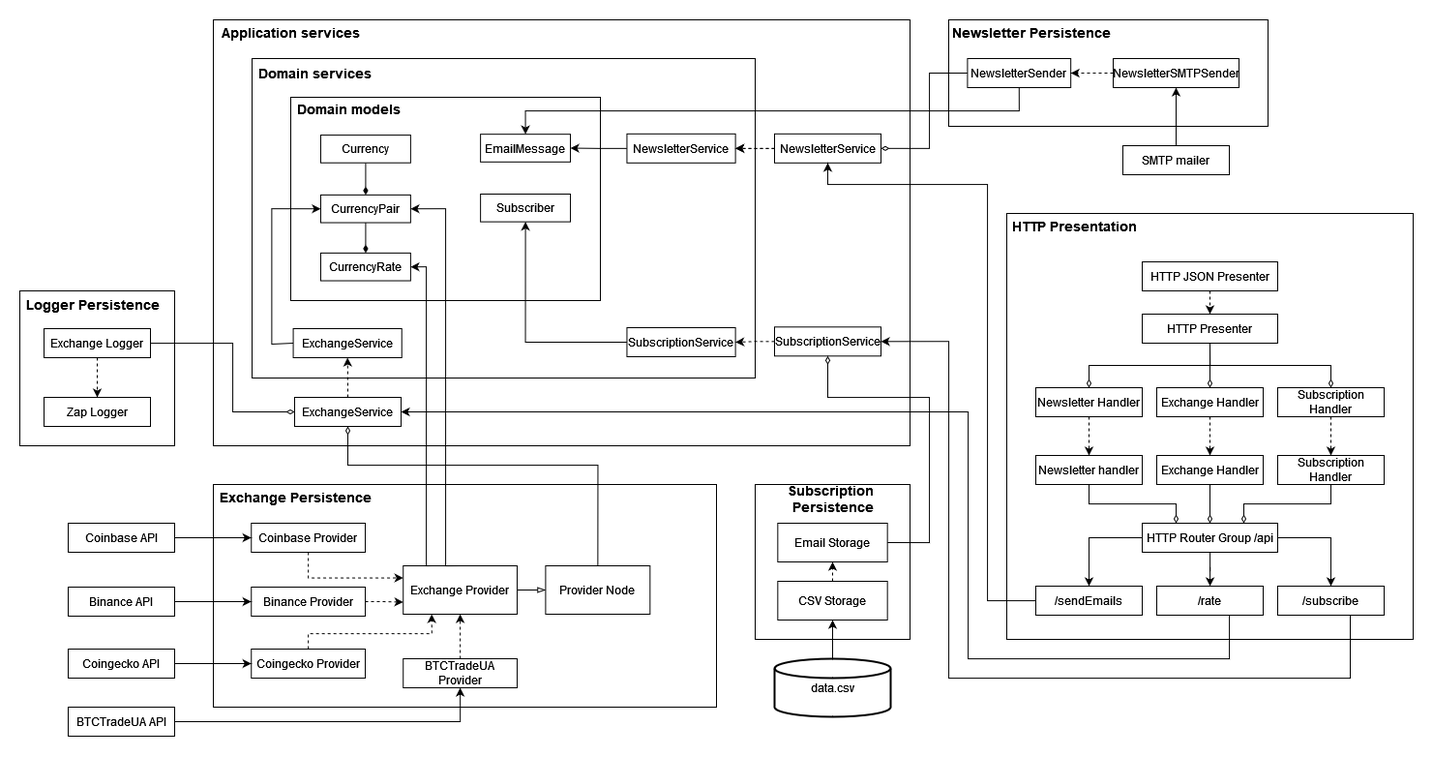
Above: docs/architecture-diagram.png in GenesisEducationKyiv/main-project-timofeyka25 (draw.io), before the change. Source tidied: cells renumbered, new cells last; positions are measured from the earlier drawing's top-left corner, leaving out a move shared by most shapes.
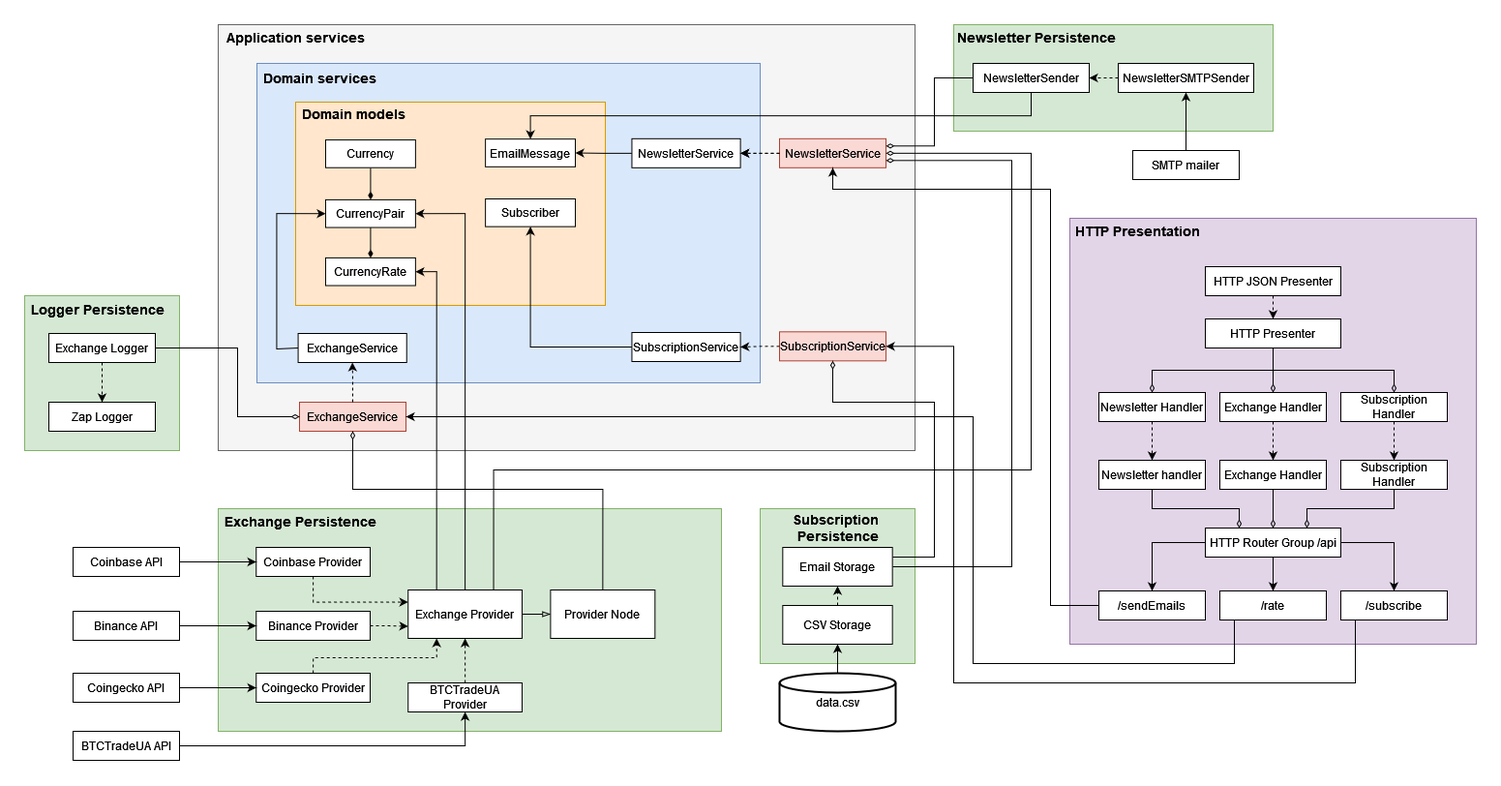
The same diagram one commit later.

Commit message:
feat: update architecture diagram

Change to the diagram source:
```diff
@@ -2,14 +2,14 @@
   <root>
     <mxCell id="0" />
     <mxCell id="1" parent="0" />
-    <mxCell id="2" style="group;" parent="1" vertex="1">
-      <mxGeometry x="760" y="480" width="160" height="160" as="geometry" />
+    <mxCell id="2" style="group;fillColor=#d5e8d4;strokeColor=#82b366;" parent="1" vertex="1">
+      <mxGeometry x="700" y="500" width="160" height="160" as="geometry" />
     </mxCell>
-    <mxCell id="3" style="html=1;whiteSpace=wrap;" parent="2" vertex="1">
+    <mxCell id="3" style="html=1;whiteSpace=wrap;fillColor=#d5e8d4;strokeColor=#82b366;" parent="2" vertex="1">
       <mxGeometry width="160" height="160" as="geometry" />
     </mxCell>
     <mxCell id="4" value="&lt;div&gt;&lt;font style=&quot;font-size: 14px;&quot;&gt;Subscription&amp;nbsp;&lt;/font&gt;&lt;/div&gt;&lt;div&gt;&lt;font style=&quot;font-size: 14px;&quot;&gt;Persistence&lt;/font&gt;&lt;/div&gt;" style="text;align=center;fontStyle=1;verticalAlign=middle;spacingLeft=3;spacingRight=3;strokeColor=none;html=1;" parent="2" vertex="1">
-      <mxGeometry width="160" height="30" as="geometry" />
+      <mxGeometry width="160" height="40" as="geometry" />
     </mxCell>
     <mxCell id="5" value="Email Storage" style="html=1;whiteSpace=wrap;" parent="2" vertex="1">
       <mxGeometry x="23.3" y="40" width="113.3" height="40" as="geometry" />
@@ -20,37 +20,37 @@
     <mxCell id="7" value="CSV Storage" style="html=1;whiteSpace=wrap;" parent="2" vertex="1">
       <mxGeometry x="23.3" y="100" width="113.3" height="40" as="geometry" />
     </mxCell>
-    <mxCell id="8" style="group;" parent="1" vertex="1">
-      <mxGeometry x="200" width="720" height="440" as="geometry" />
+    <mxCell id="8" style="group;fillColor=#fad9d5;strokeColor=#ae4132;" parent="1" vertex="1">
+      <mxGeometry x="140" width="720" height="440" as="geometry" />
     </mxCell>
-    <mxCell id="9" style="html=1;whiteSpace=wrap;" parent="8" vertex="1">
+    <mxCell id="9" style="html=1;whiteSpace=wrap;fillColor=#f5f5f5;fontColor=#333333;strokeColor=#666666;" parent="8" vertex="1">
       <mxGeometry width="720" height="440" as="geometry" />
     </mxCell>
     <mxCell id="10" value="&lt;font style=&quot;font-size: 14px;&quot;&gt;Application services&lt;/font&gt;" style="text;align=center;fontStyle=1;verticalAlign=middle;spacingLeft=3;spacingRight=3;strokeColor=none;html=1;" parent="8" vertex="1">
       <mxGeometry width="160" height="26.6" as="geometry" />
     </mxCell>
-    <mxCell id="11" value="NewsletterService" style="html=1;whiteSpace=wrap;" parent="8" vertex="1">
+    <mxCell id="11" value="NewsletterService" style="html=1;whiteSpace=wrap;fillColor=#fad9d5;strokeColor=#ae4132;" parent="8" vertex="1">
       <mxGeometry x="580" y="117.8" width="110" height="30" as="geometry" />
     </mxCell>
-    <mxCell id="12" value="SubscriptionService" style="html=1;whiteSpace=wrap;" parent="8" vertex="1">
+    <mxCell id="12" value="SubscriptionService" style="html=1;whiteSpace=wrap;fillColor=#fad9d5;strokeColor=#ae4132;" parent="8" vertex="1">
       <mxGeometry x="580" y="317.3" width="110" height="30" as="geometry" />
     </mxCell>
-    <mxCell id="13" value="ExchangeService" style="html=1;whiteSpace=wrap;" parent="8" vertex="1">
+    <mxCell id="13" value="ExchangeService" style="html=1;whiteSpace=wrap;fillColor=#fad9d5;strokeColor=#ae4132;" parent="8" vertex="1">
       <mxGeometry x="84" y="390" width="110" height="30" as="geometry" />
     </mxCell>
-    <mxCell id="14" style="group;" parent="1" vertex="1">
-      <mxGeometry x="240" y="40" width="520" height="330" as="geometry" />
+    <mxCell id="14" style="group;fillColor=#dae8fc;strokeColor=#6c8ebf;" parent="1" vertex="1">
+      <mxGeometry x="180" y="40" width="520" height="330" as="geometry" />
     </mxCell>
-    <mxCell id="15" style="html=1;whiteSpace=wrap;" parent="14" vertex="1">
+    <mxCell id="15" style="html=1;whiteSpace=wrap;fillColor=#dae8fc;strokeColor=#6c8ebf;" parent="14" vertex="1">
       <mxGeometry width="520" height="330" as="geometry" />
     </mxCell>
     <mxCell id="16" value="&lt;font style=&quot;font-size: 14px;&quot;&gt;Domain services&lt;/font&gt;" style="text;align=center;fontStyle=1;verticalAlign=middle;spacingLeft=3;spacingRight=3;strokeColor=none;html=1;" parent="14" vertex="1">
       <mxGeometry width="130" height="29.6" as="geometry" />
     </mxCell>
-    <mxCell id="17" style="group;" parent="14" vertex="1">
+    <mxCell id="17" style="group;fillColor=#fff2cc;strokeColor=#d6b656;" parent="14" vertex="1">
       <mxGeometry x="40" y="40" width="320" height="210" as="geometry" />
     </mxCell>
-    <mxCell id="18" style="html=1;whiteSpace=wrap;" parent="17" vertex="1">
+    <mxCell id="18" style="html=1;whiteSpace=wrap;fillColor=#ffe6cc;strokeColor=#d79b00;" parent="17" vertex="1">
       <mxGeometry width="320" height="210" as="geometry" />
     </mxCell>
     <mxCell id="19" value="&lt;font style=&quot;font-size: 14px;&quot;&gt;Domain models&lt;/font&gt;" style="text;align=center;fontStyle=1;verticalAlign=middle;spacingLeft=3;spacingRight=3;strokeColor=none;html=1;" parent="17" vertex="1">
@@ -113,9 +113,9 @@
       <mxGeometry relative="1" as="geometry" />
     </mxCell>
     <mxCell id="37" style="group;" parent="1" vertex="1">
-      <mxGeometry x="200" y="480" width="520" height="240" as="geometry" />
+      <mxGeometry x="140" y="500" width="520" height="240" as="geometry" />
     </mxCell>
-    <mxCell id="38" style="html=1;whiteSpace=wrap;" parent="37" vertex="1">
+    <mxCell id="38" style="html=1;whiteSpace=wrap;fillColor=#d5e8d4;strokeColor=#82b366;" parent="37" vertex="1">
       <mxGeometry width="520" height="230" as="geometry" />
     </mxCell>
     <mxCell id="39" value="&lt;font style=&quot;font-size: 14px;&quot;&gt;Exchange Persistence&lt;/font&gt;" style="text;align=center;fontStyle=1;verticalAlign=middle;spacingLeft=3;spacingRight=3;strokeColor=none;html=1;" parent="37" vertex="1">
@@ -166,24 +166,22 @@
     <mxCell id="51" style="edgeStyle=orthogonalEdgeStyle;rounded=0;jettySize=auto;html=1;exitX=0.25;exitY=0;exitDx=0;exitDy=0;entryX=1;entryY=0.5;entryDx=0;entryDy=0;" parent="1" edge="1" source="49" target="23">
       <mxGeometry relative="1" as="geometry">
         <Array as="points">
-          <mxPoint x="420" y="564" />
-          <mxPoint x="420" y="255" />
+          <mxPoint x="366" y="255" />
         </Array>
       </mxGeometry>
     </mxCell>
     <mxCell id="52" style="edgeStyle=orthogonalEdgeStyle;rounded=0;jettySize=auto;html=1;exitX=0.5;exitY=0;exitDx=0;exitDy=0;entryX=1;entryY=0.5;entryDx=0;entryDy=0;" parent="1" edge="1" source="49" target="20">
       <mxGeometry relative="1" as="geometry">
         <Array as="points">
-          <mxPoint x="440" y="564" />
-          <mxPoint x="440" y="195" />
+          <mxPoint x="395" y="195" />
         </Array>
       </mxGeometry>
     </mxCell>
     <mxCell id="53" style="edgeStyle=orthogonalEdgeStyle;rounded=0;jettySize=auto;html=1;exitX=0.5;exitY=0;exitDx=0;exitDy=0;entryX=0.5;entryY=1;entryDx=0;entryDy=0;endArrow=diamondThin;endFill=0;" parent="1" edge="1" source="50" target="13">
       <mxGeometry relative="1" as="geometry">
         <Array as="points">
-          <mxPoint x="595" y="460" />
-          <mxPoint x="344" y="460" />
+          <mxPoint x="537" y="480" />
+          <mxPoint x="279" y="480" />
         </Array>
       </mxGeometry>
     </mxCell>
@@ -191,30 +189,30 @@
       <mxGeometry relative="1" as="geometry" />
     </mxCell>
     <mxCell id="55" value="Coinbase API" style="html=1;whiteSpace=wrap;" parent="1" vertex="1">
-      <mxGeometry x="50" y="520" width="110" height="30" as="geometry" />
+      <mxGeometry x="-10" y="540" width="110" height="30" as="geometry" />
     </mxCell>
     <mxCell id="56" style="edgeStyle=orthogonalEdgeStyle;rounded=0;jettySize=auto;html=1;exitX=1;exitY=0.5;exitDx=0;exitDy=0;" parent="1" edge="1" source="57" target="43">
       <mxGeometry relative="1" as="geometry" />
     </mxCell>
     <mxCell id="57" value="Binance API" style="html=1;whiteSpace=wrap;" parent="1" vertex="1">
-      <mxGeometry x="50" y="586" width="110" height="30" as="geometry" />
+      <mxGeometry x="-10" y="606" width="110" height="30" as="geometry" />
     </mxCell>
     <mxCell id="58" style="edgeStyle=orthogonalEdgeStyle;rounded=0;jettySize=auto;html=1;" parent="1" edge="1" source="59" target="45">
       <mxGeometry relative="1" as="geometry" />
     </mxCell>
     <mxCell id="59" value="Coingecko API" style="html=1;whiteSpace=wrap;" parent="1" vertex="1">
-      <mxGeometry x="50" y="650" width="110" height="30" as="geometry" />
+      <mxGeometry x="-10" y="670" width="110" height="30" as="geometry" />
     </mxCell>
     <mxCell id="60" style="edgeStyle=orthogonalEdgeStyle;rounded=0;jettySize=auto;html=1;entryX=0.5;entryY=1;entryDx=0;entryDy=0;" parent="1" edge="1" source="61" target="47">
       <mxGeometry relative="1" as="geometry" />
     </mxCell>
     <mxCell id="61" value="BTCTradeUA API" style="html=1;whiteSpace=wrap;" parent="1" vertex="1">
-      <mxGeometry x="50" y="710" width="110" height="30" as="geometry" />
+      <mxGeometry x="-10" y="730" width="110" height="30" as="geometry" />
     </mxCell>
-    <mxCell id="62" style="group;" parent="1" vertex="1">
-      <mxGeometry y="280" width="160" height="160" as="geometry" />
+    <mxCell id="62" style="group;fillColor=#f5f5f5;fontColor=#333333;strokeColor=#666666;" parent="1" vertex="1">
+      <mxGeometry x="-60" y="280" width="160" height="160" as="geometry" />
     </mxCell>
-    <mxCell id="63" style="html=1;whiteSpace=wrap;" parent="62" vertex="1">
+    <mxCell id="63" style="html=1;whiteSpace=wrap;fillColor=#d5e8d4;strokeColor=#82b366;" parent="62" vertex="1">
       <mxGeometry width="160" height="160" as="geometry" />
     </mxCell>
     <mxCell id="64" value="&lt;font style=&quot;font-size: 14px;&quot;&gt;Logger Persistence&lt;/font&gt;" style="text;align=center;fontStyle=1;verticalAlign=middle;spacingLeft=3;spacingRight=3;strokeColor=none;html=1;" parent="62" vertex="1">
@@ -232,8 +230,8 @@
     <mxCell id="68" style="edgeStyle=orthogonalEdgeStyle;rounded=0;jettySize=auto;html=1;entryX=0;entryY=0.5;entryDx=0;entryDy=0;endArrow=diamondThin;endFill=0;" parent="1" edge="1" source="65" target="13">
       <mxGeometry relative="1" as="geometry">
         <Array as="points">
-          <mxPoint x="220" y="334" />
-          <mxPoint x="220" y="405" />
+          <mxPoint x="160" y="334" />
+          <mxPoint x="160" y="405" />
         </Array>
       </mxGeometry>
     </mxCell>
@@ -241,31 +239,31 @@
       <mxGeometry relative="1" as="geometry" />
     </mxCell>
     <mxCell id="70" value="data.csv" style="strokeWidth=2;html=1;shape=mxgraph.flowchart.database;whiteSpace=wrap;" parent="1" vertex="1">
-      <mxGeometry x="780" y="660" width="120" height="60" as="geometry" />
+      <mxGeometry x="720" y="670" width="120" height="60" as="geometry" />
     </mxCell>
-    <mxCell id="71" style="group;" parent="1" vertex="1">
-      <mxGeometry x="960" width="330" height="110" as="geometry" />
+    <mxCell id="71" style="group;fillColor=#dae8fc;strokeColor=#6c8ebf;" parent="1" vertex="1">
+      <mxGeometry x="900" width="330" height="110" as="geometry" />
     </mxCell>
-    <mxCell id="72" style="html=1;whiteSpace=wrap;" parent="71" vertex="1">
+    <mxCell id="72" style="html=1;whiteSpace=wrap;fillColor=#d5e8d4;strokeColor=#82b366;" parent="71" vertex="1">
       <mxGeometry width="330" height="110" as="geometry" />
     </mxCell>
     <mxCell id="73" value="&lt;font style=&quot;font-size: 14px;&quot;&gt;Newsletter Persistence&lt;/font&gt;" style="text;align=center;fontStyle=1;verticalAlign=middle;spacingLeft=3;spacingRight=3;strokeColor=none;html=1;" parent="71" vertex="1">
       <mxGeometry width="170" height="26" as="geometry" />
     </mxCell>
     <mxCell id="74" value="NewsletterSender" style="html=1;whiteSpace=wrap;" parent="71" vertex="1">
-      <mxGeometry x="19.4" y="40" width="106.8" height="30" as="geometry" />
+      <mxGeometry x="20" y="40" width="120" height="30" as="geometry" />
     </mxCell>
     <mxCell id="75" style="edgeStyle=orthogonalEdgeStyle;rounded=0;jettySize=auto;html=1;exitX=0;exitY=0.5;exitDx=0;exitDy=0;entryX=1;entryY=0.5;entryDx=0;entryDy=0;dashed=1;" parent="71" edge="1" source="76" target="74">
       <mxGeometry relative="1" as="geometry" />
     </mxCell>
     <mxCell id="76" value="NewsletterSMTPSender" style="html=1;whiteSpace=wrap;" parent="71" vertex="1">
-      <mxGeometry x="170" y="40" width="130" height="30" as="geometry" />
+      <mxGeometry x="170" y="40" width="140" height="30" as="geometry" />
     </mxCell>
-    <mxCell id="77" style="edgeStyle=orthogonalEdgeStyle;rounded=0;jettySize=auto;html=1;exitX=0;exitY=0.5;exitDx=0;exitDy=0;entryX=1;entryY=0.5;entryDx=0;entryDy=0;endArrow=diamondThin;endFill=0;" parent="1" edge="1" source="74" target="11">
+    <mxCell id="77" style="edgeStyle=orthogonalEdgeStyle;rounded=0;jettySize=auto;html=1;exitX=0;exitY=0.5;exitDx=0;exitDy=0;entryX=1;entryY=0.25;entryDx=0;entryDy=0;endArrow=diamondThin;endFill=0;" parent="1" edge="1" source="74" target="11">
       <mxGeometry relative="1" as="geometry">
         <Array as="points">
-          <mxPoint x="940" y="55" />
-          <mxPoint x="940" y="133" />
+          <mxPoint x="880" y="55" />
+          <mxPoint x="880" y="125" />
         </Array>
       </mxGeometry>
     </mxCell>
@@ -273,21 +271,23 @@
       <mxGeometry relative="1" as="geometry" />
     </mxCell>
     <mxCell id="79" value="SMTP mailer" style="html=1;whiteSpace=wrap;" parent="1" vertex="1">
-      <mxGeometry x="1140" y="130" width="110" height="30" as="geometry" />
+      <mxGeometry x="1085" y="130" width="110" height="30" as="geometry" />
     </mxCell>
     <mxCell id="80" style="edgeStyle=orthogonalEdgeStyle;rounded=0;jettySize=auto;html=1;exitX=0.5;exitY=1;exitDx=0;exitDy=0;entryX=0.5;entryY=0;entryDx=0;entryDy=0;" parent="1" edge="1" source="74" target="25">
       <mxGeometry relative="1" as="geometry" />
     </mxCell>
-    <mxCell id="81" style="edgeStyle=orthogonalEdgeStyle;rounded=0;jettySize=auto;html=1;exitX=1;exitY=0.5;exitDx=0;exitDy=0;entryX=0.5;entryY=1;entryDx=0;entryDy=0;endArrow=diamondThin;endFill=0;" parent="1" edge="1" source="5" target="12">
+    <mxCell id="81" style="edgeStyle=orthogonalEdgeStyle;rounded=0;jettySize=auto;html=1;entryX=0.5;entryY=1;entryDx=0;entryDy=0;endArrow=diamondThin;endFill=0;" parent="1" edge="1" target="12">
       <mxGeometry relative="1" as="geometry">
+        <mxPoint x="837" y="550" as="sourcePoint" />
         <Array as="points">
-          <mxPoint x="940" y="540" />
-          <mxPoint x="940" y="390" />
-          <mxPoint x="835" y="390" />
+          <mxPoint x="837" y="550" />
+          <mxPoint x="880" y="550" />
+          <mxPoint x="880" y="390" />
+          <mxPoint x="775" y="390" />
         </Array>
       </mxGeometry>
     </mxCell>
-    <mxCell id="82" style="html=1;whiteSpace=wrap;" parent="1" vertex="1">
+    <mxCell id="82" style="html=1;whiteSpace=wrap;fillColor=#e1d5e7;strokeColor=#9673a6;" parent="1" vertex="1">
       <mxGeometry x="1020" y="200" width="420" height="440" as="geometry" />
     </mxCell>
     <mxCell id="83" value="&lt;font style=&quot;font-size: 14px;&quot;&gt;HTTP Presentation&lt;/font&gt;" style="text;align=center;fontStyle=1;verticalAlign=middle;spacingLeft=3;spacingRight=3;strokeColor=none;html=1;" parent="1" vertex="1">
@@ -367,7 +367,7 @@
         <Array as="points">
           <mxPoint x="1000" y="600" />
           <mxPoint x="1000" y="170" />
-          <mxPoint x="835" y="170" />
+          <mxPoint x="775" y="170" />
         </Array>
       </mxGeometry>
     </mxCell>
@@ -377,9 +377,9 @@
     <mxCell id="109" style="edgeStyle=orthogonalEdgeStyle;rounded=0;jettySize=auto;html=1;exitX=0.5;exitY=1;exitDx=0;exitDy=0;entryX=1;entryY=0.5;entryDx=0;entryDy=0;" parent="1" edge="1" source="110" target="13">
       <mxGeometry relative="1" as="geometry">
         <Array as="points">
-          <mxPoint x="1250" y="660" />
-          <mxPoint x="980" y="660" />
-          <mxPoint x="980" y="405" />
+          <mxPoint x="1190" y="660" />
+          <mxPoint x="920" y="660" />
+          <mxPoint x="920" y="405" />
         </Array>
       </mxGeometry>
     </mxCell>
@@ -389,14 +389,33 @@
     <mxCell id="111" style="edgeStyle=orthogonalEdgeStyle;rounded=0;jettySize=auto;html=1;exitX=0.5;exitY=1;exitDx=0;exitDy=0;entryX=1;entryY=0.5;entryDx=0;entryDy=0;" parent="1" edge="1" source="112" target="12">
       <mxGeometry relative="1" as="geometry">
         <Array as="points">
-          <mxPoint x="1375" y="680" />
-          <mxPoint x="960" y="680" />
-          <mxPoint x="960" y="332" />
+          <mxPoint x="1315" y="680" />
+          <mxPoint x="900" y="680" />
+          <mxPoint x="900" y="332" />
         </Array>
       </mxGeometry>
     </mxCell>
     <mxCell id="112" value="/subscribe" style="html=1;whiteSpace=wrap;" parent="1" vertex="1">
       <mxGeometry x="1300" y="585" width="110" height="30" as="geometry" />
     </mxCell>
+    <mxCell id="113" style="edgeStyle=orthogonalEdgeStyle;rounded=0;jettySize=auto;html=1;endArrow=diamondThin;endFill=0;entryX=1;entryY=0.5;entryDx=0;entryDy=0;exitX=0.75;exitY=0;exitDx=0;exitDy=0;" parent="1" edge="1" source="49" target="11">
+      <mxGeometry relative="1" as="geometry">
+        <Array as="points">
+          <mxPoint x="424" y="460" />
+          <mxPoint x="980" y="460" />
+          <mxPoint x="980" y="133" />
+        </Array>
+      </mxGeometry>
+    </mxCell>
+    <mxCell id="114" style="edgeStyle=orthogonalEdgeStyle;rounded=0;jettySize=auto;html=1;entryX=1;entryY=0.75;entryDx=0;entryDy=0;endArrow=diamondThin;endFill=0;" parent="1" edge="1" target="11">
+      <mxGeometry relative="1" as="geometry">
+        <mxPoint x="837" y="560" as="sourcePoint" />
+        <Array as="points">
+          <mxPoint x="837" y="560" />
+          <mxPoint x="960" y="560" />
+          <mxPoint x="960" y="140" />
+        </Array>
+      </mxGeometry>
+    </mxCell>
   </root>
 </mxGraphModel>
```
